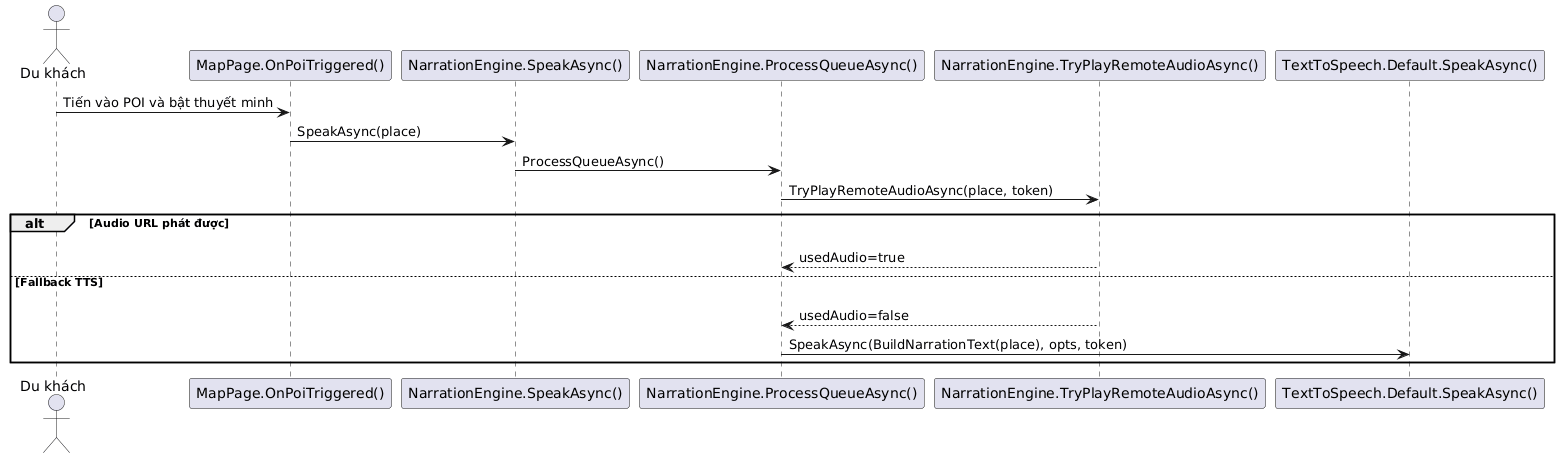
Above: Diagrams/SE DuKhach PhatThuyetMinh.png in hoangtri22/TravelGuide (PlantUML), before the change. Its diagram source:
```plantuml
@startuml
actor "Du khách" as USER
participant "MapPage.OnPoiTriggered()" as MAP
participant "NarrationEngine.SpeakAsync()" as NAR
participant "NarrationEngine.ProcessQueueAsync()" as QUEUE
participant "NarrationEngine.TryPlayRemoteAudioAsync()" as REMOTE
participant "TextToSpeech.Default.SpeakAsync()" as TTS

USER -> MAP: Tiến vào POI và bật thuyết minh
MAP -> NAR: SpeakAsync(place)
NAR -> QUEUE: ProcessQueueAsync()
QUEUE -> REMOTE: TryPlayRemoteAudioAsync(place, token)
alt Audio URL phát được
  USER -[hidden]-> TTS
  REMOTE --> QUEUE: usedAudio=true
else Fallback TTS
  USER -[hidden]-> TTS
  REMOTE --> QUEUE: usedAudio=false
  QUEUE -> TTS: SpeakAsync(BuildNarrationText(place), opts, token)
end
@enduml
```
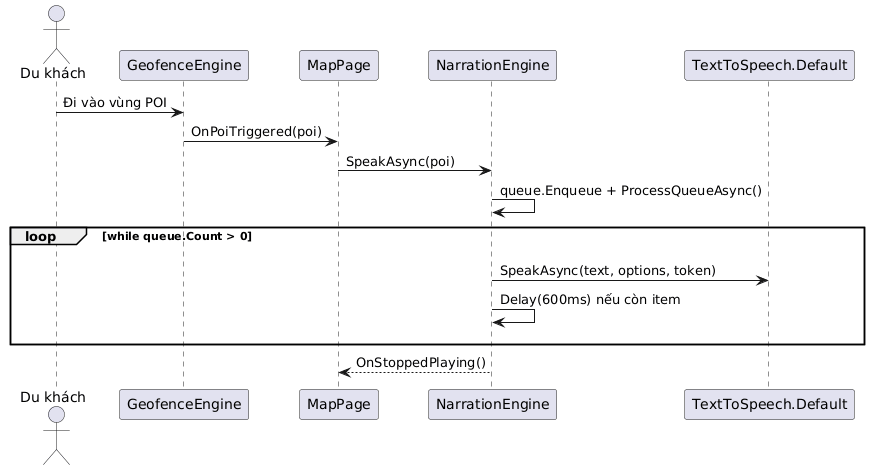
The same file after the commit.

The edit, as a diff of the source:
```diff
@@ -1,21 +1,18 @@
 @startuml
-actor "Du khách" as USER
-participant "MapPage.OnPoiTriggered()" as MAP
-participant "NarrationEngine.SpeakAsync()" as NAR
-participant "NarrationEngine.ProcessQueueAsync()" as QUEUE
-participant "NarrationEngine.TryPlayRemoteAudioAsync()" as REMOTE
-participant "TextToSpeech.Default.SpeakAsync()" as TTS
-
-USER -> MAP: Tiến vào POI và bật thuyết minh
-MAP -> NAR: SpeakAsync(place)
-NAR -> QUEUE: ProcessQueueAsync()
-QUEUE -> REMOTE: TryPlayRemoteAudioAsync(place, token)
-alt Audio URL phát được
-  USER -[hidden]-> TTS
-  REMOTE --> QUEUE: usedAudio=true
-else Fallback TTS
-  USER -[hidden]-> TTS
-  REMOTE --> QUEUE: usedAudio=false
-  QUEUE -> TTS: SpeakAsync(BuildNarrationText(place), opts, token)
+actor "Du khách" as U
+participant "GeofenceEngine" as GEO
+participant "MapPage" as MAP
+participant "NarrationEngine" as NAR
+participant "TextToSpeech.Default" as TTS
+U -> GEO : Đi vào vùng POI
+GEO -> MAP : OnPoiTriggered(poi)
+MAP -> NAR : SpeakAsync(poi)
+NAR -> NAR : queue.Enqueue + ProcessQueueAsync()
+loop while queue.Count > 0
+  U -[hidden]-> TTS
+  NAR -> TTS : SpeakAsync(text, options, token)
+  NAR -> NAR : Delay(600ms) nếu còn item
+  TTS -[hidden]-> U
 end
+NAR --> MAP : OnStoppedPlaying()
 @enduml
```
